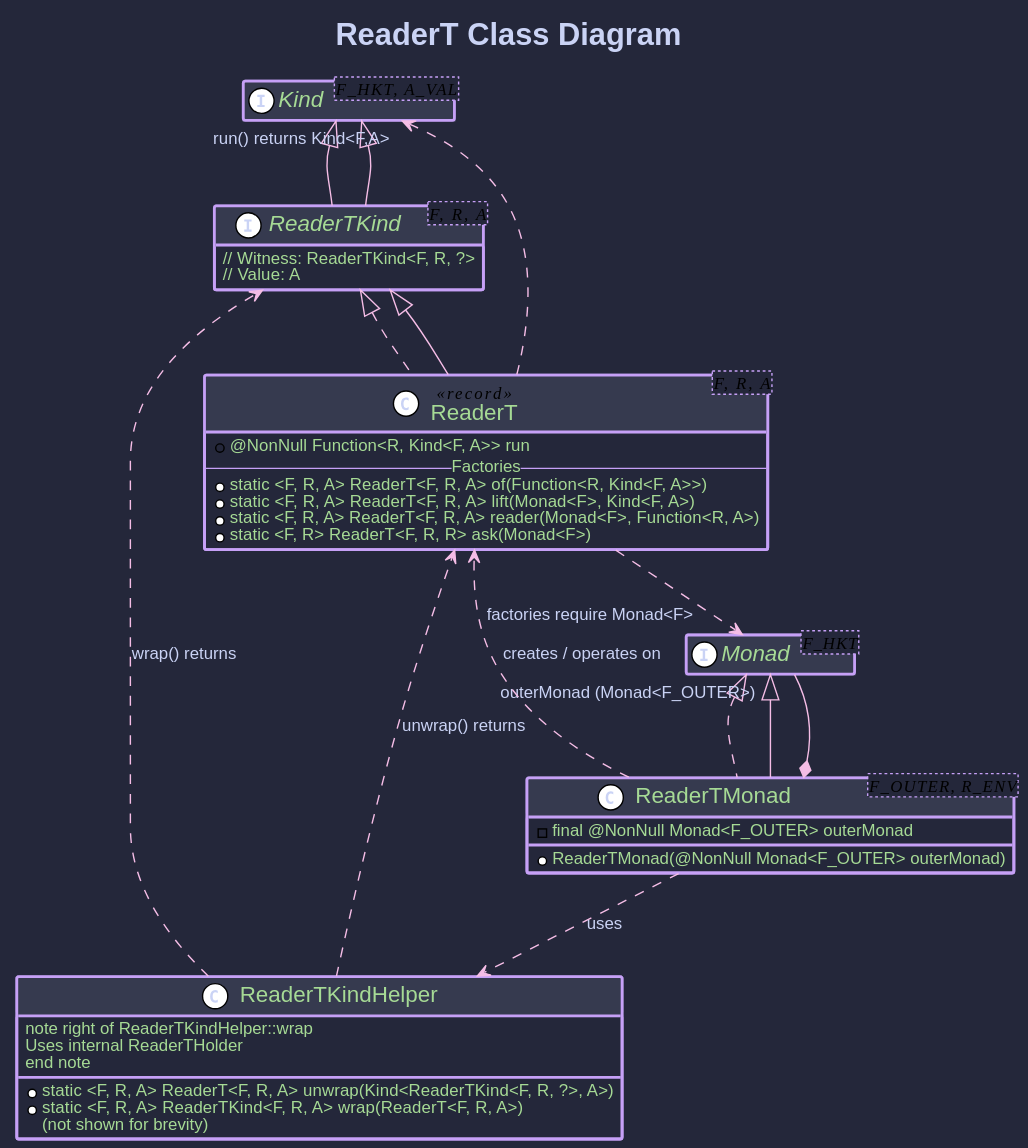
Before: hkj-book/src/images/puml/readert_transformer.svg, a diagram exported from PlantUML (higher-kinded-j/higher-kinded-j).
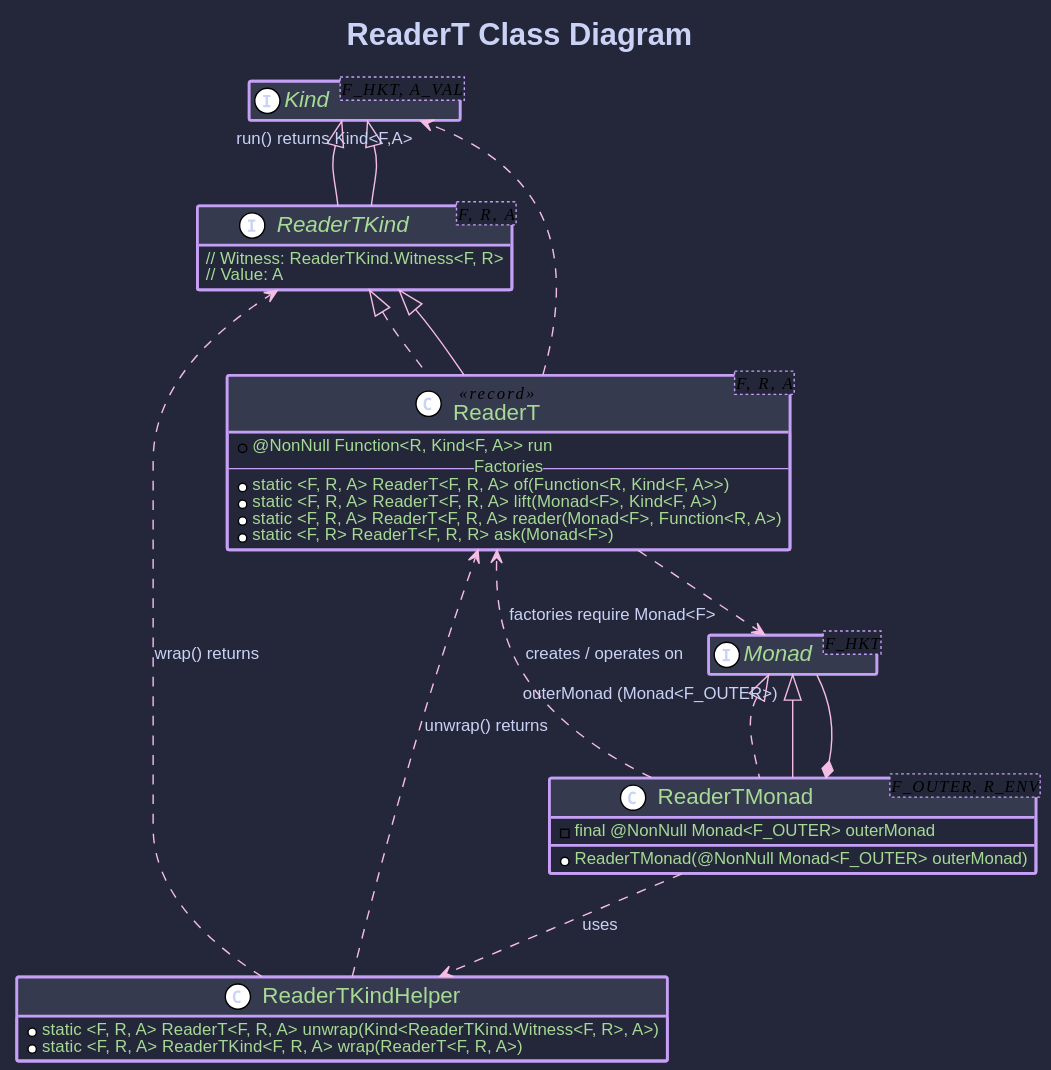
Above is the later version.

The edit, as a diff of the source:
```diff
@@ -20,24 +20,21 @@
     + static <F, R> ReaderT<F, R, R> ask(Monad<F>)
   }
 
-  interface ReaderTKind<F, R, A> extends Kind<ReaderTKind<F, R, ?>, A> {
-    // Witness: ReaderTKind<F, R, ?>
+  interface ReaderTKind<F, R, A> extends Kind<ReaderTKind.Witness<F, R>, A> {
+    // Witness: ReaderTKind.Witness<F, R>
     // Value: A
   }
 
-  class ReaderTMonad<F_OUTER, R_ENV> implements Monad<ReaderTKind<F_OUTER, R_ENV, ?>> {
+  class ReaderTMonad<F_OUTER, R_ENV> implements Monad<ReaderTKind.Witness<F_OUTER, R_ENV>> {
     - final @NonNull Monad<F_OUTER> outerMonad
     + ReaderTMonad(@NonNull Monad<F_OUTER> outerMonad)
   }
 
   class ReaderTKindHelper {
-    + static <F, R, A> ReaderT<F, R, A> unwrap(Kind<ReaderTKind<F, R, ?>, A>)
+    + static <F, R, A> ReaderT<F, R, A> unwrap(Kind<ReaderTKind.Witness<F, R>, A>)
     + static <F, R, A> ReaderTKind<F, R, A> wrap(ReaderT<F, R, A>)
 
-    note right of ReaderTKindHelper::wrap
-      Uses internal ReaderTHolder
-      (not shown for brevity)
-    end note
+
   }
 
   ReaderTMonad --|> Monad
```
